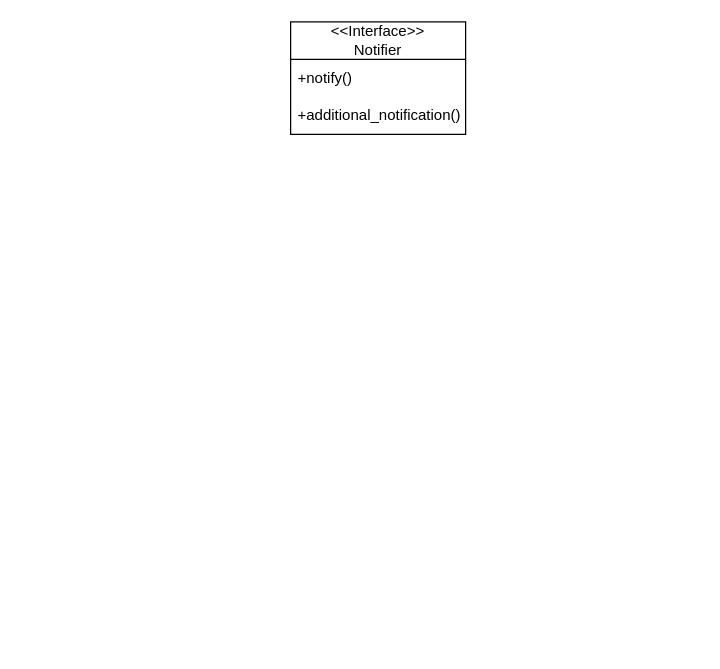
Before: Project Milestone 3/Bashar/DecoratorPattern.drawio in SENG-350-2024-fall/Team-6, a draw.io diagram. Source tidied: cells renumbered, new cells numbered last; positions are measured from the earlier drawing's top-left corner, leaving out a move shared by most shapes. Both pictures are drawn from the tidied source at 125%, with x=0, y=0 at pixel (290, 21).
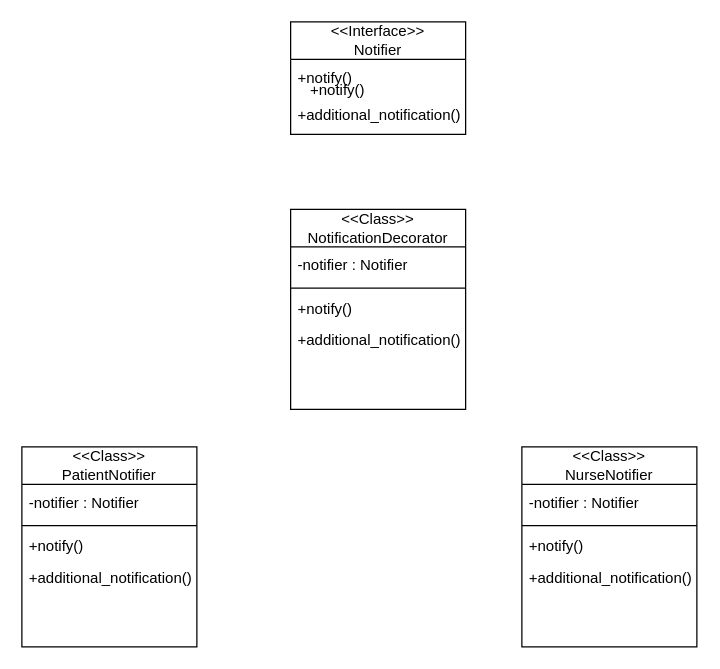
After the change.

Diff of the diagram source:
```diff
@@
+    <mxCell id="5" value="+notify()" style="text;strokeColor=none;fillColor=none;align=left;verticalAlign=middle;spacingLeft=4;spacingRight=4;overflow=hidden;whiteSpace=wrap;html=1;" parent="1" vertex="1">
+      <mxGeometry x="10" y="40" width="140" height="30" as="geometry" />
+    </mxCell>
+    <mxCell id="6" style="group;" parent="1" vertex="1">
+      <mxGeometry y="150" width="140" height="160" as="geometry" />
+    </mxCell>
+    <mxCell id="7" value="&amp;lt;&amp;lt;Class&amp;gt;&amp;gt;&lt;br&gt;NotificationDecorator" style="swimlane;fontStyle=0;horizontal=1;startSize=30;whiteSpace=wrap;html=1;" parent="6" vertex="1">
+      <mxGeometry width="140" height="160" as="geometry" />
+    </mxCell>
+    <mxCell id="8" value="-notifier : Notifier" style="text;strokeColor=none;fillColor=none;align=left;verticalAlign=middle;spacingLeft=4;spacingRight=4;overflow=hidden;whiteSpace=wrap;html=1;" parent="7" vertex="1">
+      <mxGeometry y="30" width="140" height="30" as="geometry" />
+    </mxCell>
+    <mxCell id="9" style="endArrow=none;html=1;rounded=0;exitX=0;exitY=0.5;exitDx=0;exitDy=0;entryX=1;entryY=0.5;entryDx=0;entryDy=0;" parent="6" edge="1">
+      <mxGeometry relative="1" as="geometry">
+        <mxPoint y="63" as="sourcePoint" />
+        <mxPoint x="140" y="63" as="targetPoint" />
+      </mxGeometry>
+    </mxCell>
+    <mxCell id="10" value="+notify()" style="text;strokeColor=none;fillColor=none;align=left;verticalAlign=middle;spacingLeft=4;spacingRight=4;overflow=hidden;whiteSpace=wrap;html=1;" parent="6" vertex="1">
+      <mxGeometry y="65" width="140" height="30" as="geometry" />
+    </mxCell>
+    <mxCell id="11" value="+additional_notification()" style="text;strokeColor=none;fillColor=none;align=left;verticalAlign=middle;spacingLeft=4;spacingRight=4;overflow=hidden;whiteSpace=wrap;html=1;" parent="6" vertex="1">
+      <mxGeometry y="90" width="140" height="30" as="geometry" />
+    </mxCell>
+    <mxCell id="12" style="group;" parent="1" vertex="1">
+      <mxGeometry x="-215" y="340" width="140" height="160" as="geometry" />
+    </mxCell>
+    <mxCell id="13" value="&amp;lt;&amp;lt;Class&amp;gt;&amp;gt;&lt;br&gt;PatientNotifier" style="swimlane;fontStyle=0;horizontal=1;startSize=30;whiteSpace=wrap;html=1;" parent="12" vertex="1">
+      <mxGeometry width="140" height="160" as="geometry" />
+    </mxCell>
+    <mxCell id="14" value="-notifier : Notifier" style="text;strokeColor=none;fillColor=none;align=left;verticalAlign=middle;spacingLeft=4;spacingRight=4;overflow=hidden;whiteSpace=wrap;html=1;" parent="13" vertex="1">
+      <mxGeometry y="30" width="140" height="30" as="geometry" />
+    </mxCell>
+    <mxCell id="15" style="endArrow=none;html=1;rounded=0;exitX=0;exitY=0.5;exitDx=0;exitDy=0;entryX=1;entryY=0.5;entryDx=0;entryDy=0;" parent="12" edge="1">
+      <mxGeometry relative="1" as="geometry">
+        <mxPoint y="63" as="sourcePoint" />
+        <mxPoint x="140" y="63" as="targetPoint" />
+      </mxGeometry>
+    </mxCell>
+    <mxCell id="16" value="+notify()" style="text;strokeColor=none;fillColor=none;align=left;verticalAlign=middle;spacingLeft=4;spacingRight=4;overflow=hidden;whiteSpace=wrap;html=1;" parent="12" vertex="1">
+      <mxGeometry y="65" width="140" height="30" as="geometry" />
+    </mxCell>
+    <mxCell id="17" value="+additional_notification()" style="text;strokeColor=none;fillColor=none;align=left;verticalAlign=middle;spacingLeft=4;spacingRight=4;overflow=hidden;whiteSpace=wrap;html=1;" parent="12" vertex="1">
+      <mxGeometry y="90" width="140" height="30" as="geometry" />
+    </mxCell>
+    <mxCell id="18" style="group;" parent="1" vertex="1">
+      <mxGeometry x="185" y="340" width="140" height="160" as="geometry" />
+    </mxCell>
+    <mxCell id="19" value="&amp;lt;&amp;lt;Class&amp;gt;&amp;gt;&lt;br&gt;NurseNotifier" style="swimlane;fontStyle=0;horizontal=1;startSize=30;whiteSpace=wrap;html=1;" parent="18" vertex="1">
+      <mxGeometry width="140" height="160" as="geometry" />
+    </mxCell>
+    <mxCell id="20" value="-notifier : Notifier" style="text;strokeColor=none;fillColor=none;align=left;verticalAlign=middle;spacingLeft=4;spacingRight=4;overflow=hidden;whiteSpace=wrap;html=1;" parent="19" vertex="1">
+      <mxGeometry y="30" width="140" height="30" as="geometry" />
+    </mxCell>
+    <mxCell id="21" style="endArrow=none;html=1;rounded=0;exitX=0;exitY=0.5;exitDx=0;exitDy=0;entryX=1;entryY=0.5;entryDx=0;entryDy=0;" parent="18" edge="1">
+      <mxGeometry relative="1" as="geometry">
+        <mxPoint y="63" as="sourcePoint" />
+        <mxPoint x="140" y="63" as="targetPoint" />
+      </mxGeometry>
+    </mxCell>
+    <mxCell id="22" value="+notify()" style="text;strokeColor=none;fillColor=none;align=left;verticalAlign=middle;spacingLeft=4;spacingRight=4;overflow=hidden;whiteSpace=wrap;html=1;" parent="18" vertex="1">
+      <mxGeometry y="65" width="140" height="30" as="geometry" />
+    </mxCell>
+    <mxCell id="23" value="+additional_notification()" style="text;strokeColor=none;fillColor=none;align=left;verticalAlign=middle;spacingLeft=4;spacingRight=4;overflow=hidden;whiteSpace=wrap;html=1;" parent="18" vertex="1">
+      <mxGeometry y="90" width="140" height="30" as="geometry" />
+    </mxCell>
```
